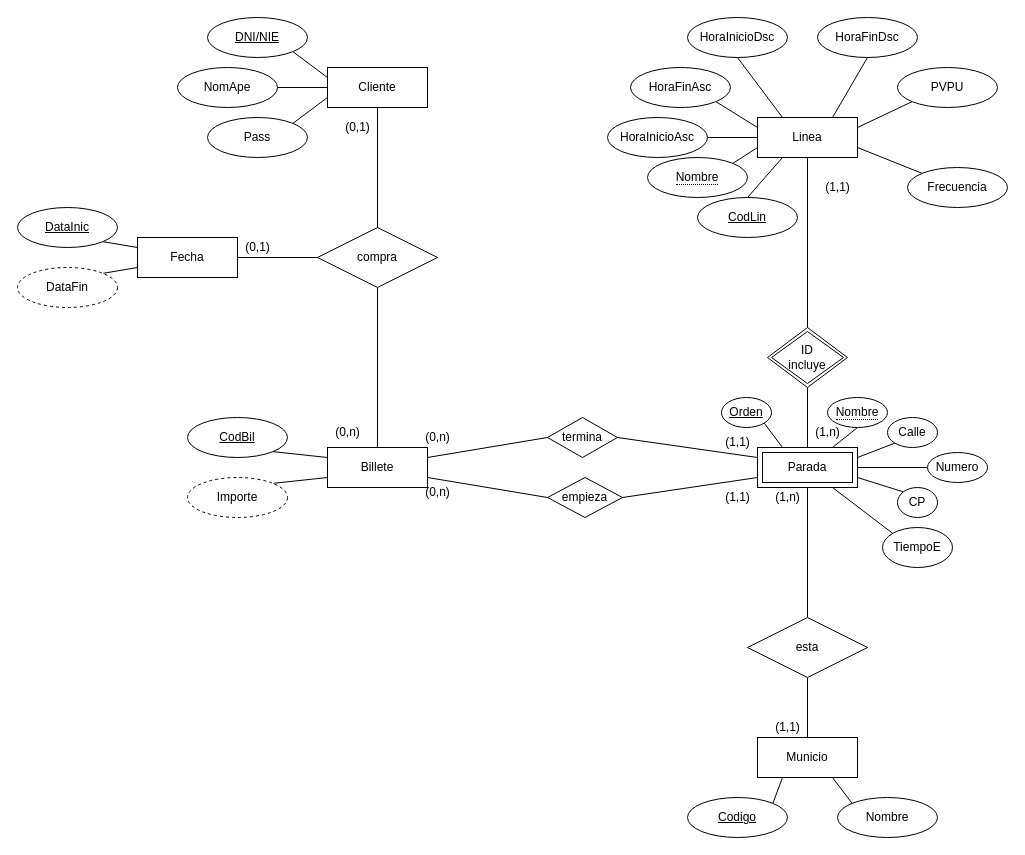
Before: Documentacion/diagramaBD.drawio in PetaldoiPorramador/ErronkaBus, a draw.io diagram. Source tidied: cells renumbered, new cells numbered last; positions are measured from the earlier drawing's top-left corner, leaving out a move shared by most shapes. Both pictures are drawn from the tidied source at 100%, with x=0, y=0 at pixel (17, 17).
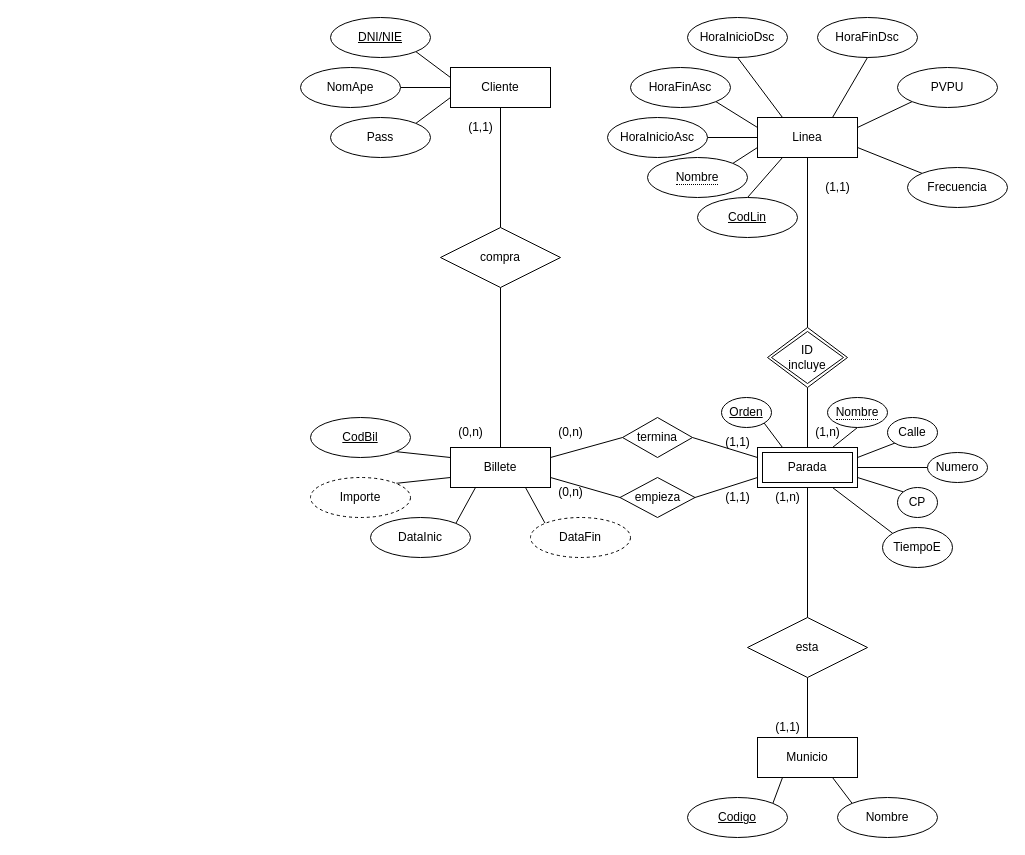
The same diagram, later.

Commit message:
Fecha is dead

The edit, as a diff of the source:
```diff
@@
     <mxCell id="4" value="Cliente" style="whiteSpace=wrap;html=1;align=center;" parent="1" vertex="1">
-      <mxGeometry x="310" y="50" width="100" height="40" as="geometry" />
+      <mxGeometry x="433" y="50" width="100" height="40" as="geometry" />
     </mxCell>
     <mxCell id="5" value="NomApe" style="ellipse;whiteSpace=wrap;html=1;align=center;" parent="1" vertex="1">
-      <mxGeometry x="160" y="50" width="100" height="40" as="geometry" />
+      <mxGeometry x="283" y="50" width="100" height="40" as="geometry" />
     </mxCell>
@@
     <mxCell id="7" value="DNI/NIE" style="ellipse;whiteSpace=wrap;html=1;align=center;fontStyle=4;" parent="1" vertex="1">
-      <mxGeometry x="190" width="100" height="40" as="geometry" />
+      <mxGeometry x="313" width="100" height="40" as="geometry" />
     </mxCell>
@@
     <mxCell id="9" value="Pass" style="ellipse;whiteSpace=wrap;html=1;align=center;" parent="1" vertex="1">
-      <mxGeometry x="190" y="100" width="100" height="40" as="geometry" />
+      <mxGeometry x="313" y="100" width="100" height="40" as="geometry" />
     </mxCell>
@@
     <mxCell id="51" value="Billete" style="whiteSpace=wrap;html=1;align=center;" parent="1" vertex="1">
-      <mxGeometry x="310" y="430" width="100" height="40" as="geometry" />
+      <mxGeometry x="433" y="430" width="100" height="40" as="geometry" />
     </mxCell>
@@
     <mxCell id="53" value="CodBil" style="ellipse;whiteSpace=wrap;html=1;align=center;fontStyle=4;" parent="1" vertex="1">
-      <mxGeometry x="170" y="400" width="100" height="40" as="geometry" />
+      <mxGeometry x="293" y="400" width="100" height="40" as="geometry" />
     </mxCell>
@@
     <mxCell id="55" value="compra" style="shape=rhombus;perimeter=rhombusPerimeter;whiteSpace=wrap;html=1;align=center;" parent="1" vertex="1">
-      <mxGeometry x="300" y="210" width="120" height="60" as="geometry" />
+      <mxGeometry x="423" y="210" width="120" height="60" as="geometry" />
     </mxCell>
@@
     <mxCell id="58" value="empieza" style="shape=rhombus;perimeter=rhombusPerimeter;whiteSpace=wrap;html=1;align=center;" parent="1" vertex="1">
-      <mxGeometry x="530" y="460" width="75" height="40" as="geometry" />
+      <mxGeometry x="602.5" y="460" width="75" height="40" as="geometry" />
     </mxCell>
@@
     <mxCell id="61" value="termina" style="shape=rhombus;perimeter=rhombusPerimeter;whiteSpace=wrap;html=1;align=center;" parent="1" vertex="1">
-      <mxGeometry x="530" y="400" width="70" height="40" as="geometry" />
+      <mxGeometry x="605" y="400" width="70" height="40" as="geometry" />
     </mxCell>
-    <mxCell id="62" style="edgeStyle=orthogonalEdgeStyle;rounded=0;jettySize=auto;html=1;exitX=1;exitY=0.5;exitDx=0;exitDy=0;entryX=0;entryY=0.5;entryDx=0;entryDy=0;endArrow=none;endFill=0;" parent="1" edge="1" source="64">
-      <mxGeometry relative="1" as="geometry">
-        <mxPoint x="210" y="240" as="targetPoint" />
-      </mxGeometry>
-    </mxCell>
-    <mxCell id="63" style="edgeStyle=none;rounded=0;jettySize=auto;html=1;exitX=1;exitY=0.5;exitDx=0;exitDy=0;entryX=0;entryY=0.5;entryDx=0;entryDy=0;endArrow=none;endFill=0;" parent="1" edge="1" source="64" target="55">
-      <mxGeometry relative="1" as="geometry" />
-    </mxCell>
-    <mxCell id="64" value="Fecha" style="whiteSpace=wrap;html=1;align=center;" parent="1" vertex="1">
-      <mxGeometry x="120" y="220" width="100" height="40" as="geometry" />
-    </mxCell>
-    <mxCell id="65" style="edgeStyle=none;rounded=0;jettySize=auto;html=1;exitX=1;exitY=1;exitDx=0;exitDy=0;entryX=0;entryY=0.25;entryDx=0;entryDy=0;endArrow=none;endFill=0;" parent="1" edge="1" source="66" target="64">
-      <mxGeometry relative="1" as="geometry" />
-    </mxCell>
-    <mxCell id="66" value="&lt;u&gt;DataInic&lt;/u&gt;" style="ellipse;whiteSpace=wrap;html=1;align=center;" parent="1" vertex="1">
-      <mxGeometry y="190" width="100" height="40" as="geometry" />
-    </mxCell>
-    <mxCell id="67" style="edgeStyle=none;rounded=0;jettySize=auto;html=1;exitX=1;exitY=0;exitDx=0;exitDy=0;entryX=0;entryY=0.75;entryDx=0;entryDy=0;endArrow=none;endFill=0;" parent="1" edge="1" source="68" target="64">
-      <mxGeometry relative="1" as="geometry" />
-    </mxCell>
-    <mxCell id="68" value="DataFin" style="ellipse;whiteSpace=wrap;html=1;align=center;dashed=1;" parent="1" vertex="1">
-      <mxGeometry y="250" width="100" height="40" as="geometry" />
-    </mxCell>
@@
     <mxCell id="70" value="Importe" style="ellipse;whiteSpace=wrap;html=1;align=center;dashed=1;" parent="1" vertex="1">
-      <mxGeometry x="170" y="460" width="100" height="40" as="geometry" />
+      <mxGeometry x="293" y="460" width="100" height="40" as="geometry" />
     </mxCell>
-    <mxCell id="71" value="(0,1)" style="text;html=1;align=center;verticalAlign=middle;strokeColor=none;fillColor=none;" parent="1" vertex="1">
-      <mxGeometry x="320" y="100" width="40" height="20" as="geometry" />
+    <mxCell id="71" value="(1,1)" style="text;html=1;align=center;verticalAlign=middle;strokeColor=none;fillColor=none;" parent="1" vertex="1">
+      <mxGeometry x="443" y="100" width="40" height="20" as="geometry" />
     </mxCell>
-    <mxCell id="72" value="(0,1)" style="text;html=1;align=center;verticalAlign=middle;strokeColor=none;fillColor=none;" parent="1" vertex="1">
-      <mxGeometry x="220" y="220" width="40" height="20" as="geometry" />
-    </mxCell>
     <mxCell id="73" value="(0,n)" style="text;html=1;align=center;verticalAlign=middle;strokeColor=none;fillColor=none;" parent="1" vertex="1">
-      <mxGeometry x="310" y="405" width="40" height="20" as="geometry" />
+      <mxGeometry x="433" y="405" width="40" height="20" as="geometry" />
     </mxCell>
@@
     <mxCell id="80" value="(0,n)" style="text;html=1;align=center;verticalAlign=middle;strokeColor=none;fillColor=none;" parent="1" vertex="1">
-      <mxGeometry x="400" y="410" width="40" height="20" as="geometry" />
+      <mxGeometry x="533" y="405" width="40" height="20" as="geometry" />
     </mxCell>
     <mxCell id="81" value="(0,n)" style="text;html=1;align=center;verticalAlign=middle;strokeColor=none;fillColor=none;" parent="1" vertex="1">
-      <mxGeometry x="400" y="465" width="40" height="20" as="geometry" />
+      <mxGeometry x="533" y="465" width="40" height="20" as="geometry" />
     </mxCell>
+    <mxCell id="82" style="edgeStyle=none;rounded=0;jettySize=auto;html=1;exitX=1;exitY=0;exitDx=0;exitDy=0;entryX=0.25;entryY=1;entryDx=0;entryDy=0;endArrow=none;endFill=0;" parent="1" edge="1" source="66" target="51">
+      <mxGeometry relative="1" as="geometry" />
+    </mxCell>
+    <mxCell id="66" value="DataInic" style="ellipse;whiteSpace=wrap;html=1;align=center;" parent="1" vertex="1">
+      <mxGeometry x="353" y="500" width="100" height="40" as="geometry" />
+    </mxCell>
+    <mxCell id="83" style="edgeStyle=none;rounded=0;jettySize=auto;html=1;exitX=0;exitY=0;exitDx=0;exitDy=0;entryX=0.75;entryY=1;entryDx=0;entryDy=0;endArrow=none;endFill=0;" parent="1" edge="1" source="68" target="51">
+      <mxGeometry relative="1" as="geometry" />
+    </mxCell>
+    <mxCell id="68" value="DataFin" style="ellipse;whiteSpace=wrap;html=1;align=center;dashed=1;" parent="1" vertex="1">
+      <mxGeometry x="513" y="500" width="100" height="40" as="geometry" />
+    </mxCell>
```
